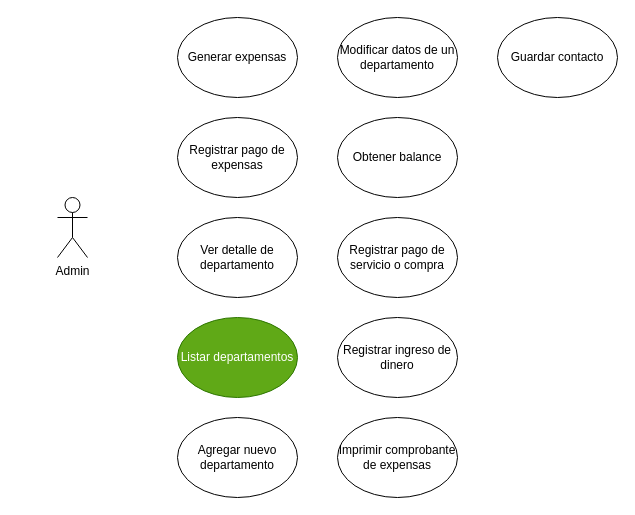
Above: docs/usecases.drawio in elmiguedev/expensoides (draw.io), before the change. Source tidied: cells renumbered, new cells numbered last; positions are measured from the earlier drawing's top-left corner, leaving out a move shared by most shapes. Both pictures are drawn from the tidied source at 100%, with x=0, y=0 at pixel (57, 17).
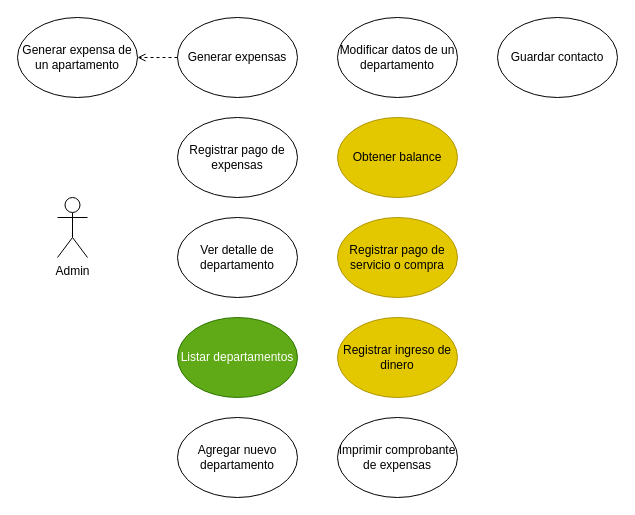
The same diagram, later.

Change to the diagram source:
```diff
@@
 <mxGraphModel>
   <root>
     <mxCell id="0" />
     <mxCell id="1" parent="0" />
     <mxCell id="2" value="Admin" style="shape=umlActor;verticalLabelPosition=bottom;verticalAlign=top;html=1;" parent="1" vertex="1">
       <mxGeometry y="180" width="30" height="60" as="geometry" />
     </mxCell>
+    <mxCell id="14" style="edgeStyle=none;html=1;dashed=1;entryX=1;entryY=0.5;entryDx=0;entryDy=0;endArrow=open;endFill=0;" parent="1" edge="1" source="3" target="15">
+      <mxGeometry relative="1" as="geometry" />
+    </mxCell>
     <mxCell id="3" value="Generar expensas" style="ellipse;whiteSpace=wrap;html=1;" parent="1" vertex="1">
       <mxGeometry x="120" width="120" height="80" as="geometry" />
     </mxCell>
     <mxCell id="4" value="Registrar pago de expensas" style="ellipse;whiteSpace=wrap;html=1;" parent="1" vertex="1">
       <mxGeometry x="120" y="100" width="120" height="80" as="geometry" />
     </mxCell>
     <mxCell id="5" value="Ver detalle de departamento" style="ellipse;whiteSpace=wrap;html=1;" parent="1" vertex="1">
       <mxGeometry x="120" y="200" width="120" height="80" as="geometry" />
     </mxCell>
     <mxCell id="6" value="Listar departamentos" style="ellipse;whiteSpace=wrap;html=1;fillColor=#60a917;fontColor=#ffffff;strokeColor=#2D7600;" parent="1" vertex="1">
       <mxGeometry x="120" y="300" width="120" height="80" as="geometry" />
     </mxCell>
     <mxCell id="7" value="Agregar nuevo departamento" style="ellipse;whiteSpace=wrap;html=1;" parent="1" vertex="1">
       <mxGeometry x="120" y="400" width="120" height="80" as="geometry" />
     </mxCell>
     <mxCell id="8" value="Modificar datos de un departamento" style="ellipse;whiteSpace=wrap;html=1;" parent="1" vertex="1">
       <mxGeometry x="280" width="120" height="80" as="geometry" />
     </mxCell>
-    <mxCell id="9" value="Obtener balance" style="ellipse;whiteSpace=wrap;html=1;" parent="1" vertex="1">
+    <mxCell id="9" value="Obtener balance" style="ellipse;whiteSpace=wrap;html=1;fillColor=#e3c800;fontColor=#000000;strokeColor=#B09500;" parent="1" vertex="1">
       <mxGeometry x="280" y="100" width="120" height="80" as="geometry" />
     </mxCell>
-    <mxCell id="10" value="Registrar pago de servicio o compra" style="ellipse;whiteSpace=wrap;html=1;" parent="1" vertex="1">
+    <mxCell id="10" value="Registrar pago de servicio o compra" style="ellipse;whiteSpace=wrap;html=1;fillColor=#e3c800;fontColor=#000000;strokeColor=#B09500;" parent="1" vertex="1">
       <mxGeometry x="280" y="200" width="120" height="80" as="geometry" />
     </mxCell>
-    <mxCell id="11" value="Registrar ingreso de dinero" style="ellipse;whiteSpace=wrap;html=1;" parent="1" vertex="1">
+    <mxCell id="11" value="Registrar ingreso de dinero" style="ellipse;whiteSpace=wrap;html=1;fillColor=#e3c800;fontColor=#000000;strokeColor=#B09500;" parent="1" vertex="1">
       <mxGeometry x="280" y="300" width="120" height="80" as="geometry" />
     </mxCell>
     <mxCell id="12" value="Imprimir comprobante de expensas" style="ellipse;whiteSpace=wrap;html=1;" parent="1" vertex="1">
       <mxGeometry x="280" y="400" width="120" height="80" as="geometry" />
     </mxCell>
     <mxCell id="13" value="Guardar contacto" style="ellipse;whiteSpace=wrap;html=1;" parent="1" vertex="1">
       <mxGeometry x="440" width="120" height="80" as="geometry" />
     </mxCell>
+    <mxCell id="15" value="Generar expensa de un apartamento" style="ellipse;whiteSpace=wrap;html=1;" parent="1" vertex="1">
+      <mxGeometry x="-40" width="120" height="80" as="geometry" />
+    </mxCell>
   </root>
 </mxGraphModel>
```
